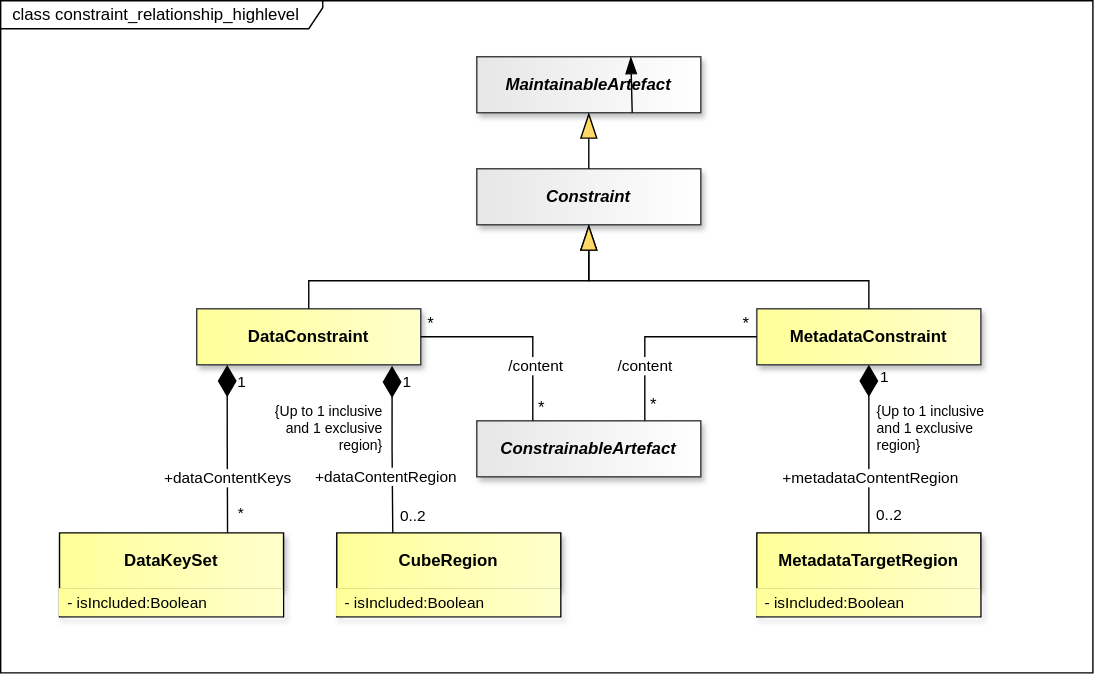
Earlier version of the draw.io export docs/information_model/media/sdmx_registry-constraint_relationship_high_level.svg (sdmx-twg/sdmx-im). Source tidied: cells renumbered, new cells last; positions are measured from the earlier drawing's top-left corner, leaving out a move shared by most shapes.
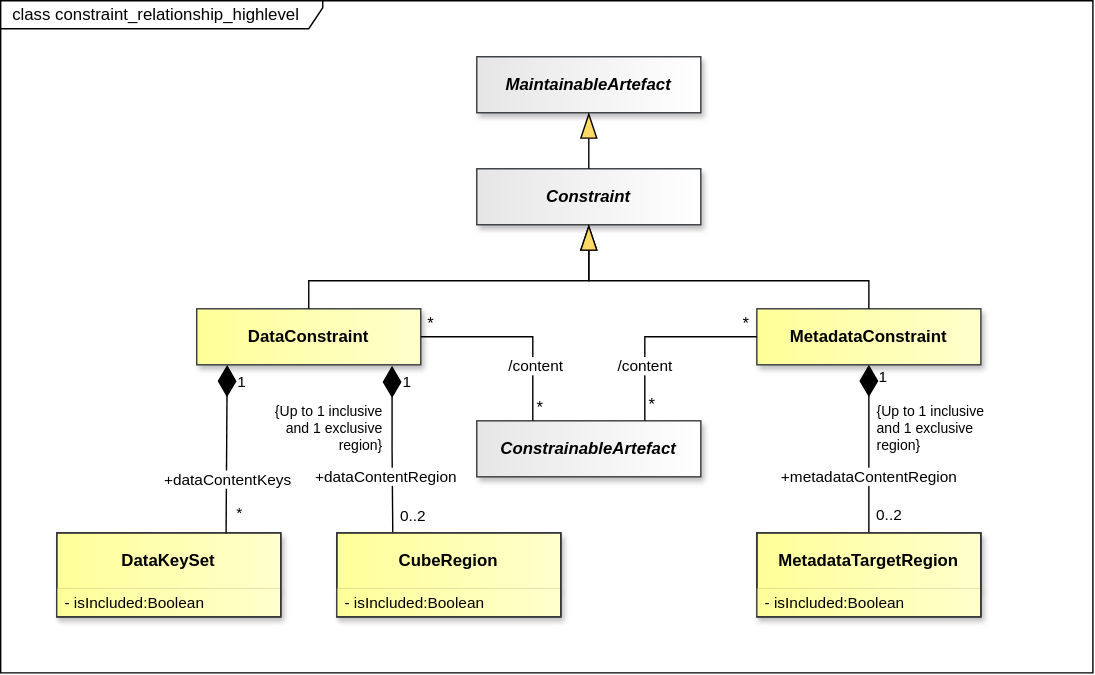
After the change.

What changed in the source:
```diff
@@ -155,12 +155,6 @@
     <mxCell id="52" value="MaintainableArtefact" style="whiteSpace=wrap;html=1;verticalAlign=middle;gradientDirection=east;imageVerticalAlign=top;fontStyle=3;fillColor=light-dark(#E6E6E6,#E6E6E6);strokeColor=#36393d;fontColor=light-dark(#000000,#000000);gradientColor=light-dark(#FFFFFF,#FFFFFF);shadow=1;" parent="1" vertex="1">
       <mxGeometry x="340" y="40" width="160" height="40" as="geometry" />
     </mxCell>
-    <mxCell id="53" style="endArrow=blockThin;endSize=10;endFill=1;html=1;rounded=0;entryX=0.5;entryY=1;entryDx=0;entryDy=0;startFill=0;endFillColor=light-dark(#000000,#FFFFFF);strokeColor=light-dark(#000000,#FFFFFF);startFillColor=light-dark(#000000,#FFFFFF);labelBackgroundColor=none;labelBorderColor=light-dark(#000000,#FFFFFF);exitX=0.5;exitY=0;exitDx=0;exitDy=0;" parent="1" edge="1">
-      <mxGeometry x="-0.72" relative="1" as="geometry">
-        <mxPoint x="451" y="80" as="sourcePoint" />
-        <mxPoint x="450" y="40" as="targetPoint" />
-      </mxGeometry>
-    </mxCell>
     <mxCell id="54" style="endArrow=blockThin;endSize=16;endFill=1;html=1;rounded=0;entryX=0.5;entryY=1;entryDx=0;entryDy=0;startFill=0;endFillColor=light-dark(#FFD966,#FFD966);strokeColor=light-dark(#000000,#FFFFFF);startFillColor=light-dark(#000000,#FFFFFF);labelBackgroundColor=none;labelBorderColor=light-dark(#000000,#FFFFFF);exitX=0.5;exitY=0;exitDx=0;exitDy=0;" parent="1" edge="1" source="51" target="52">
       <mxGeometry x="-0.4" relative="1" as="geometry" />
     </mxCell>
@@ -192,19 +186,19 @@
     <mxCell id="60" value="CubeRegion" style="swimlane;fontStyle=1;align=center;verticalAlign=middle;horizontal=1;startSize=40;whiteSpace=wrap;html=1;fillColor=light-dark(#FFFF99,#FFFF99);strokeColor=light-dark(#000000,#000000);gradientDirection=east;swimlaneLine=1;fontColor=light-dark(#000000,#000000);labelBackgroundColor=none;textShadow=0;gradientColor=light-dark(#FFFFCC,#FFFFCC);shadow=1;" parent="1" vertex="1">
       <mxGeometry x="240" y="380" width="160" height="60" as="geometry" />
     </mxCell>
-    <mxCell id="61" value="- isIncluded:Boolean" style="text;strokeColor=none;fillColor=light-dark(#FFFF99,#FFFF99);align=left;verticalAlign=middle;spacingLeft=4;spacingRight=4;overflow=hidden;whiteSpace=wrap;html=1;fontFamily=Helvetica;fontSize=11;fontColor=light-dark(#000000,#000000);gradientColor=light-dark(#FFFFCC,#FFFFCC);gradientDirection=east;" parent="60" vertex="1">
+    <mxCell id="61" value="- isIncluded:Boolean" style="text;strokeColor=none;fillColor=light-dark(#FFFF99,#FFFF99);align=left;verticalAlign=middle;spacingLeft=4;spacingRight=4;overflow=hidden;whiteSpace=wrap;html=1;fontFamily=Helvetica;fontSize=11;fontColor=light-dark(#000000,#000000);gradientColor=light-dark(#FFFFCC,#FFFFCC);gradientDirection=east;shadow=1;" parent="60" vertex="1">
       <mxGeometry y="40" width="160" height="20" as="geometry" />
     </mxCell>
     <mxCell id="62" value="DataKeySet" style="swimlane;fontStyle=1;align=center;verticalAlign=middle;horizontal=1;startSize=40;whiteSpace=wrap;html=1;fillColor=light-dark(#FFFF99,#FFFF99);strokeColor=light-dark(#000000,#000000);gradientDirection=east;swimlaneLine=1;fontColor=light-dark(#000000,#000000);labelBackgroundColor=none;textShadow=0;gradientColor=light-dark(#FFFFCC,#FFFFCC);shadow=1;" parent="1" vertex="1">
-      <mxGeometry x="42" y="380" width="160" height="60" as="geometry" />
+      <mxGeometry x="40" y="380" width="160" height="60" as="geometry" />
     </mxCell>
-    <mxCell id="63" value="- isIncluded:Boolean" style="text;strokeColor=none;fillColor=light-dark(#FFFF99,#FFFF99);align=left;verticalAlign=middle;spacingLeft=4;spacingRight=4;overflow=hidden;whiteSpace=wrap;html=1;fontFamily=Helvetica;fontSize=11;fontColor=light-dark(#000000,#000000);gradientColor=light-dark(#FFFFCC,#FFFFCC);gradientDirection=east;" parent="62" vertex="1">
+    <mxCell id="63" value="- isIncluded:Boolean" style="text;strokeColor=none;fillColor=light-dark(#FFFF99,#FFFF99);align=left;verticalAlign=middle;spacingLeft=4;spacingRight=4;overflow=hidden;whiteSpace=wrap;html=1;fontFamily=Helvetica;fontSize=11;fontColor=light-dark(#000000,#000000);gradientColor=light-dark(#FFFFCC,#FFFFCC);gradientDirection=east;shadow=1;" parent="62" vertex="1">
       <mxGeometry y="40" width="160" height="20" as="geometry" />
     </mxCell>
     <mxCell id="64" value="MetadataTargetRegion" style="swimlane;fontStyle=1;align=center;verticalAlign=middle;horizontal=1;startSize=40;whiteSpace=wrap;html=1;fillColor=light-dark(#FFFF99,#FFFF99);strokeColor=light-dark(#000000,#000000);gradientDirection=east;swimlaneLine=1;fontColor=light-dark(#000000,#000000);labelBackgroundColor=none;textShadow=0;gradientColor=light-dark(#FFFFCC,#FFFFCC);shadow=1;" parent="1" vertex="1">
       <mxGeometry x="540" y="380" width="160" height="60" as="geometry" />
     </mxCell>
-    <mxCell id="65" value="- isIncluded:Boolean" style="text;strokeColor=none;fillColor=light-dark(#FFFF99,#FFFF99);align=left;verticalAlign=middle;spacingLeft=4;spacingRight=4;overflow=hidden;whiteSpace=wrap;html=1;fontFamily=Helvetica;fontSize=11;fontColor=light-dark(#000000,#000000);gradientColor=light-dark(#FFFFCC,#FFFFCC);gradientDirection=east;" parent="64" vertex="1">
+    <mxCell id="65" value="- isIncluded:Boolean" style="text;strokeColor=none;fillColor=light-dark(#FFFF99,#FFFF99);align=left;verticalAlign=middle;spacingLeft=4;spacingRight=4;overflow=hidden;whiteSpace=wrap;html=1;fontFamily=Helvetica;fontSize=11;fontColor=light-dark(#000000,#000000);gradientColor=light-dark(#FFFFCC,#FFFFCC);gradientDirection=east;shadow=1;" parent="64" vertex="1">
       <mxGeometry y="40" width="160" height="20" as="geometry" />
     </mxCell>
     <mxCell id="66" style="endArrow=none;html=1;endSize=12;startArrow=diamondThin;startSize=20;startFill=1;edgeStyle=orthogonalEdgeStyle;rounded=0;endFill=0;strokeColor=light-dark(#000000,#FFFFFF);fontColor=light-dark(#000000,#FFFFFF);labelBackgroundColor=none;entryX=0.25;entryY=0;entryDx=0;entryDy=0;exitX=0.872;exitY=1.019;exitDx=0;exitDy=0;exitPerimeter=0;" parent="1" edge="1" source="55" target="60">
@@ -225,8 +219,8 @@
         <mxPoint x="-5" y="51" as="offset" />
       </mxGeometry>
     </mxCell>
-    <mxCell id="70" style="endArrow=none;html=1;endSize=12;startArrow=diamondThin;startSize=20;startFill=1;edgeStyle=orthogonalEdgeStyle;rounded=0;endFill=0;strokeColor=light-dark(#000000,#FFFFFF);fontColor=light-dark(#000000,#FFFFFF);labelBackgroundColor=none;entryX=0.75;entryY=0;entryDx=0;entryDy=0;exitX=0.136;exitY=1.004;exitDx=0;exitDy=0;exitPerimeter=0;" parent="1" edge="1" source="55" target="62">
-      <mxGeometry x="-0.47" relative="1" as="geometry" />
+    <mxCell id="70" style="endArrow=none;html=1;endSize=12;startArrow=diamondThin;startSize=20;startFill=1;rounded=0;endFill=0;strokeColor=light-dark(#000000,#FFFFFF);fontColor=light-dark(#000000,#FFFFFF);labelBackgroundColor=none;entryX=0.756;entryY=0.011;entryDx=0;entryDy=0;exitX=0.136;exitY=1.004;exitDx=0;exitDy=0;exitPerimeter=0;entryPerimeter=0;" parent="1" edge="1" source="55" target="62">
+      <mxGeometry x="-0.45" relative="1" as="geometry" />
     </mxCell>
     <mxCell id="71" value="*" style="edgeLabel;html=1;align=right;verticalAlign=top;labelBackgroundColor=none;fontColor=light-dark(#000000,#FFFFFF);" parent="70" vertex="1">
       <mxGeometry x="0.96" relative="1" as="geometry">
@@ -239,7 +233,7 @@
       </mxGeometry>
     </mxCell>
     <mxCell id="73" value="+dataContentKeys" style="edgeLabel;html=1;align=center;verticalAlign=middle;fontSize=11;labelBackgroundColor=default;" parent="70" vertex="1">
-      <mxGeometry x="-0.47" relative="1" as="geometry">
+      <mxGeometry x="-0.45" relative="1" as="geometry">
         <mxPoint y="48" as="offset" />
       </mxGeometry>
     </mxCell>
@@ -311,5 +305,14 @@
     <mxCell id="87" value="&lt;font&gt;{Up to 1 inclusive and 1 exclusive region}&lt;/font&gt;" style="text;html=1;whiteSpace=wrap;strokeColor=none;fillColor=none;align=right;verticalAlign=middle;rounded=0;fontSize=10;" parent="1" vertex="1">
       <mxGeometry x="193" y="290" width="82" height="30" as="geometry" />
     </mxCell>
+    <mxCell id="88" style="rounded=0;whiteSpace=wrap;html=1;fillColor=none;strokeColor=#36393D;" parent="1" vertex="1">
+      <mxGeometry x="40" y="380" width="160" height="60" as="geometry" />
+    </mxCell>
+    <mxCell id="89" style="rounded=0;whiteSpace=wrap;html=1;fillColor=none;strokeColor=#36393D;" parent="1" vertex="1">
+      <mxGeometry x="240" y="380" width="160" height="60" as="geometry" />
+    </mxCell>
+    <mxCell id="90" style="rounded=0;whiteSpace=wrap;html=1;fillColor=none;strokeColor=#36393D;" parent="1" vertex="1">
+      <mxGeometry x="540" y="380" width="160" height="60" as="geometry" />
+    </mxCell>
   </root>
 </mxGraphModel>
```
